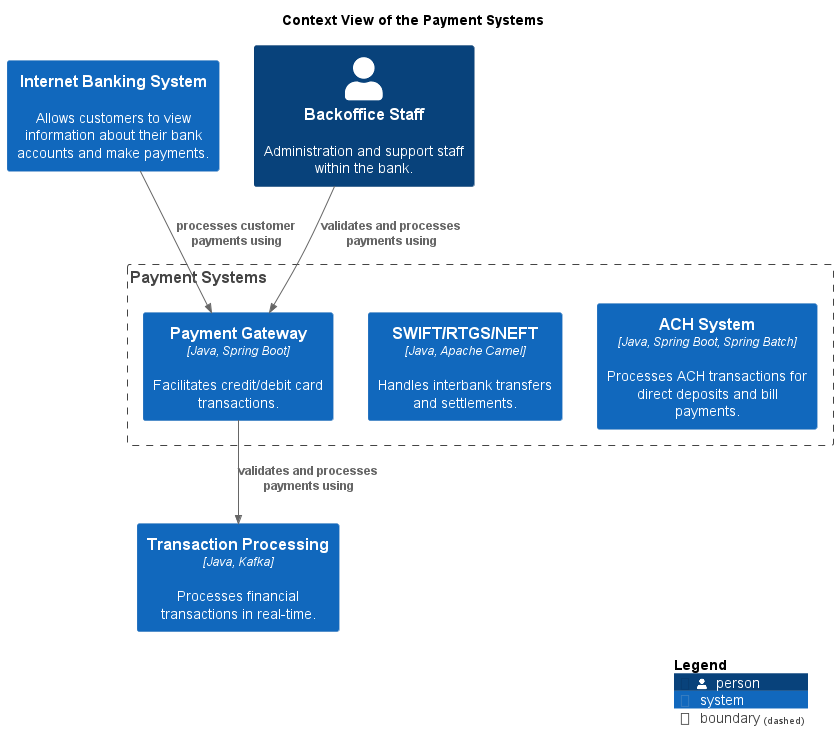
soulspace-org/my-bank-model keeps this PlantUML diagram as docs/mybank/payment/context-view.png. Above is the earlier version.
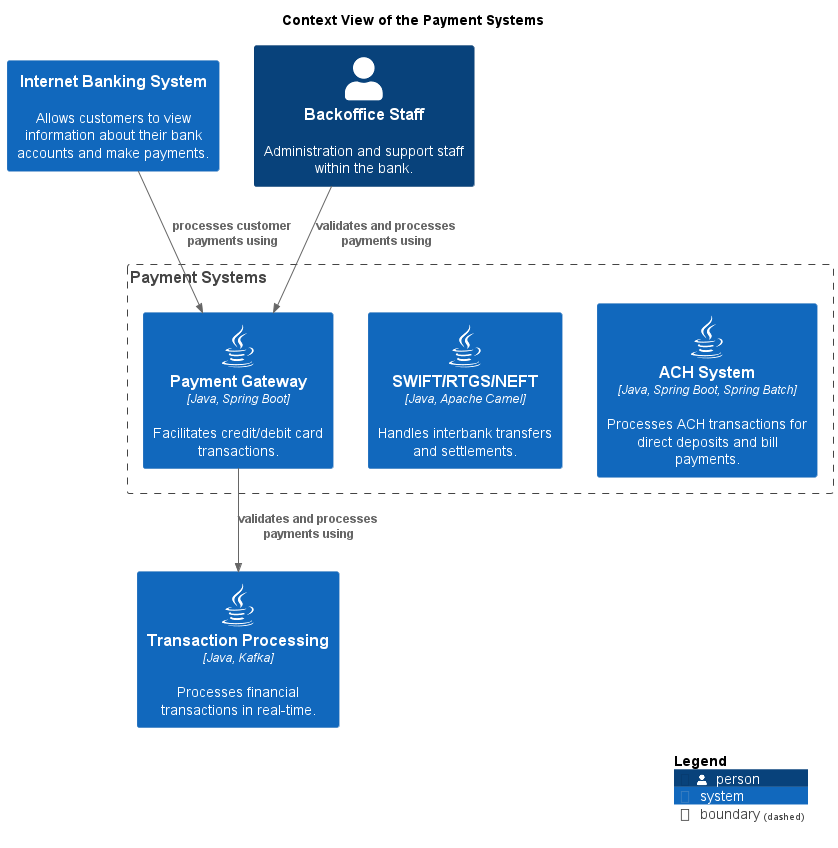
After the change.

What changed in the source:
```diff
@@ -5,20 +5,26 @@
 !include <azure/AzureCommon>
 !include <azure/AzureC4Integration>
 !include <tupadr3/common>
+!include <tupadr3/font-awesome-5/java>
+!include <logos/kafka>
+!include <tupadr3/font-awesome-5/java>
+!include <logos/apache-camel>
+!include <tupadr3/font-awesome-5/java>
+!include <tupadr3/font-awesome-5/java>
 
 
-LAYOUT_TOP_DOWN()
+
 
 
 
 
 title Context View of the Payment Systems
+System(mybank_coreBanking_transactionProcessingSystem, "Transaction Processing", $descr="Processes financial transactions in real-time.", $type="Java, Kafka", $sprite="java")
 Boundary(mybank_payment_contextBoundary, "Payment Systems") {
-  System(mybank_payment_achSystem, "ACH System", $descr="Processes ACH transactions for direct deposits and bill payments.", $type="Java, Spring Boot, Spring Batch")
-  System(mybank_payment_swiftRtgsNeftSystem, "SWIFT/RTGS/NEFT", $descr="Handles interbank transfers and settlements.", $type="Java, Apache Camel")
-  System(mybank_payment_paymentGatewaySystem, "Payment Gateway", $descr="Facilitates credit/debit card transactions.", $type="Java, Spring Boot")
+  System(mybank_payment_achSystem, "ACH System", $descr="Processes ACH transactions for direct deposits and bill payments.", $type="Java, Spring Boot, Spring Batch", $sprite="java")
+  System(mybank_payment_swiftRtgsNeftSystem, "SWIFT/RTGS/NEFT", $descr="Handles interbank transfers and settlements.", $type="Java, Apache Camel", $sprite="java")
+  System(mybank_payment_paymentGatewaySystem, "Payment Gateway", $descr="Facilitates credit/debit card transactions.", $type="Java, Spring Boot", $sprite="java")
 }
-System(mybank_coreBanking_transactionProcessingSystem, "Transaction Processing", $descr="Processes financial transactions in real-time.", $type="Java, Kafka")
 System(mybank_digitalBanking_internetBankingSystem_internetBankingSystem, "Internet Banking System", $descr="Allows customers to view information about their bank accounts and make payments.")
 Person(mybank_coreBanking_backofficeStaff, "Backoffice Staff", $descr="Administration and support staff within the bank.")
 Rel(mybank_payment_paymentGatewaySystem, mybank_coreBanking_transactionProcessingSystem, "validates and processes payments using")
```
